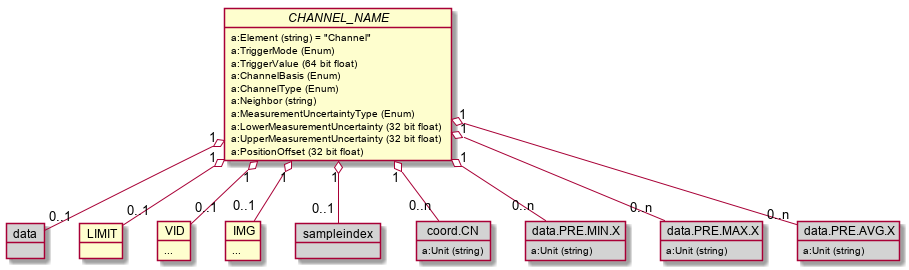
Before: images/generated/rcmdx_channel_group.png, a diagram exported from PlantUML (OpenRailAssociation/rcm-dx).
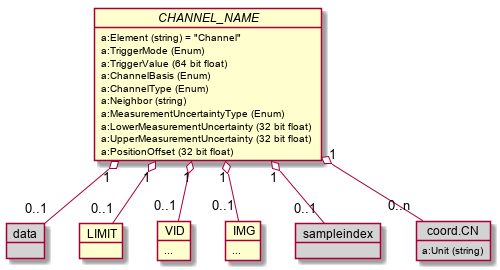
The same diagram one commit later.

What changed in the source:
```diff
@@ -36,19 +36,4 @@
   }
   CHANNEL "1" o-- "0..n" coord.CN
 
-  object data.PRE.MIN.X #LightGray {
-    a:Unit (string)
-  }
-  CHANNEL "1" o-- "0..n" data.PRE.MIN.X
-
-  object data.PRE.MAX.X #LightGray {
-    a:Unit (string)
-  }
-  CHANNEL "1" o-- "0..n" data.PRE.MAX.X
-
-  object data.PRE.AVG.X #LightGray {
-    a:Unit (string)
-  }
-  CHANNEL "1" o-- "0..n" data.PRE.AVG.X
-
 @enduml
```
